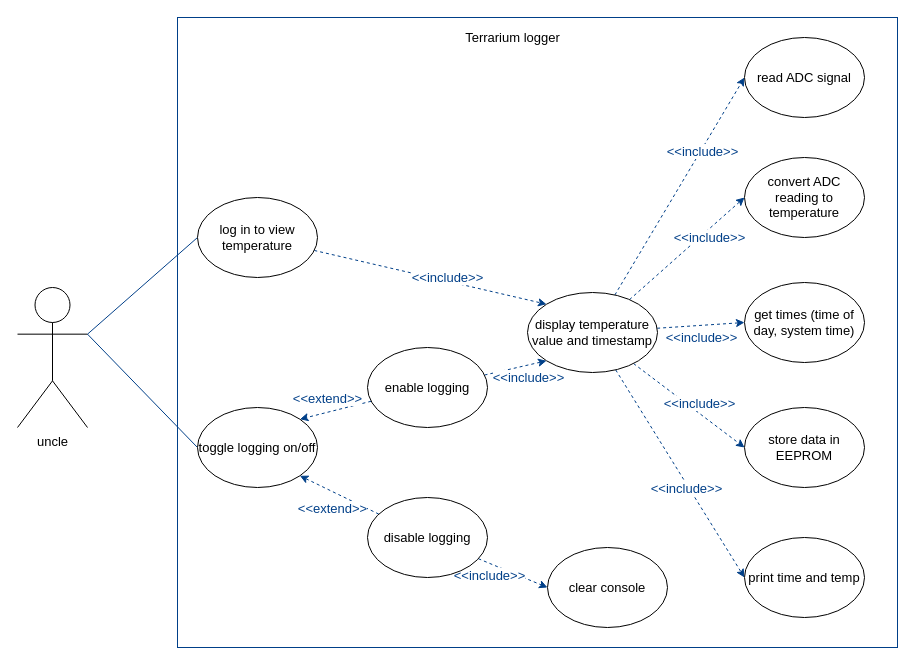
This is diagrams/usecasediagram.drawio from hrrhan002/Terrarium-Logger, a draw.io file, before an edit. Source tidied: cells renumbered, new cells numbered last; positions are measured from the earlier drawing's top-left corner, leaving out a move shared by most shapes. Both pictures are drawn from the tidied source at 100%, with x=0, y=0 at pixel (17, 17).
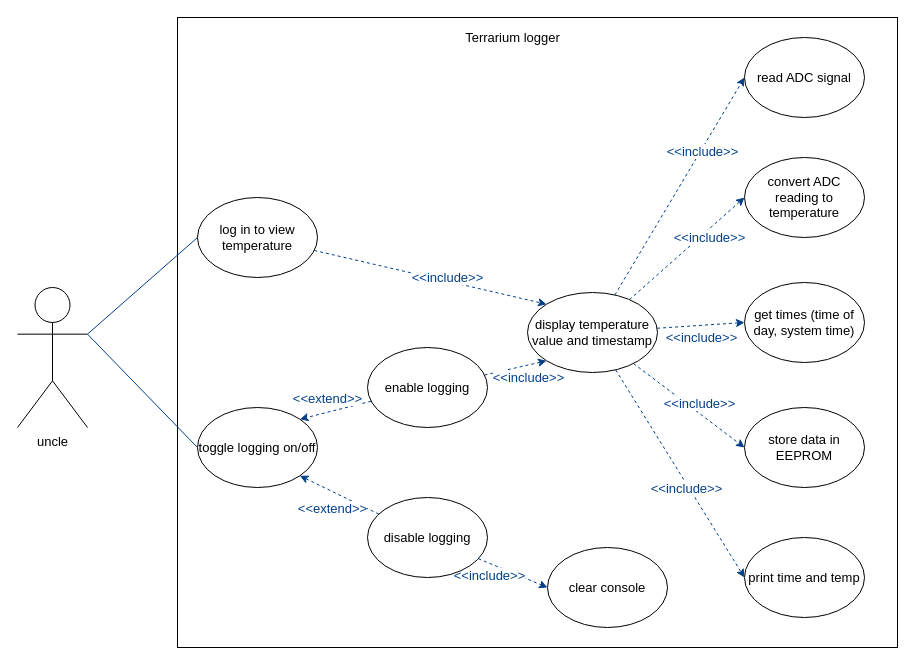
After the change.

Diff of the diagram source:
```diff
@@
-    <mxCell id="2" style="rounded=0;whiteSpace=wrap;html=1;fontSize=13;fillColor=none;strokeColor=#003F88;" parent="1" vertex="1">
+    <mxCell id="2" style="rounded=0;whiteSpace=wrap;html=1;fontSize=13;fillColor=none;" parent="1" vertex="1">
       <mxGeometry x="160" width="720" height="630" as="geometry" />
     </mxCell>
```
